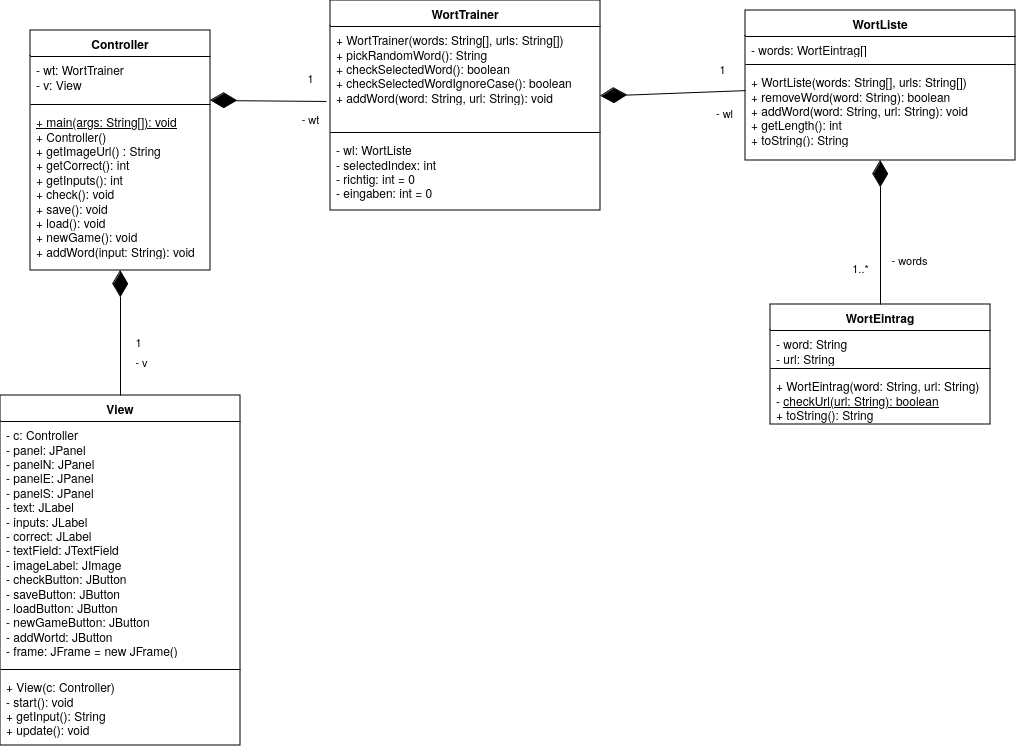
The draw.io diagram doc/worttrainer.drawio.png in TGM-HIT/sew9-2425-worttrainer-czlabinger, before a commit. Source tidied: cells renumbered, new cells last; positions are measured from the earlier drawing's top-left corner, leaving out a move shared by most shapes.
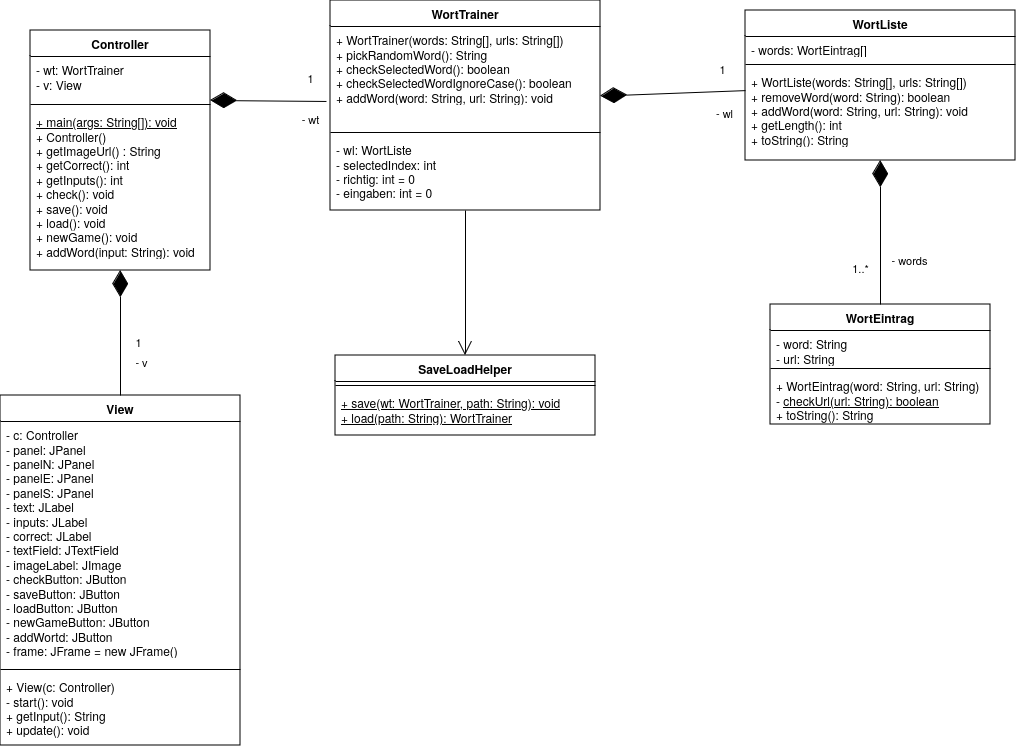
Later version of the same file.

Commit message:
Added uml for saveloadhelper

The edit, as a diff of the source:
```diff
@@ -118,5 +118,17 @@
         <mxPoint x="15" y="-21" as="offset" />
       </mxGeometry>
     </mxCell>
+    <mxCell id="34" value="SaveLoadHelper" style="swimlane;fontStyle=1;align=center;verticalAlign=top;horizontal=1;startSize=26;whiteSpace=wrap;html=1;" parent="1" vertex="1">
+      <mxGeometry x="335" y="355" width="260" height="80" as="geometry" />
+    </mxCell>
+    <mxCell id="35" style="line;strokeWidth=1;fillColor=none;align=left;verticalAlign=middle;spacingTop=-1;spacingLeft=3;spacingRight=3;labelPosition=right;strokeColor=inherit;" parent="34" vertex="1">
+      <mxGeometry y="26" width="260" height="8" as="geometry" />
+    </mxCell>
+    <mxCell id="36" value="&lt;u&gt;+ save(wt: WortTrainer, path: String): void&lt;/u&gt;&lt;div&gt;&lt;u&gt;+ load(path: String): WortTrainer&lt;/u&gt;&lt;/div&gt;" style="text;strokeColor=none;fillColor=none;align=left;verticalAlign=top;spacingLeft=4;spacingRight=4;overflow=hidden;whiteSpace=wrap;html=1;" parent="34" vertex="1">
+      <mxGeometry y="34" width="260" height="46" as="geometry" />
+    </mxCell>
+    <mxCell id="37" style="endArrow=open;endFill=1;endSize=12;html=1;rounded=0;entryX=0.5;entryY=0;entryDx=0;entryDy=0;" parent="1" edge="1" source="5" target="34">
+      <mxGeometry relative="1" as="geometry" />
+    </mxCell>
   </root>
 </mxGraphModel>
```
